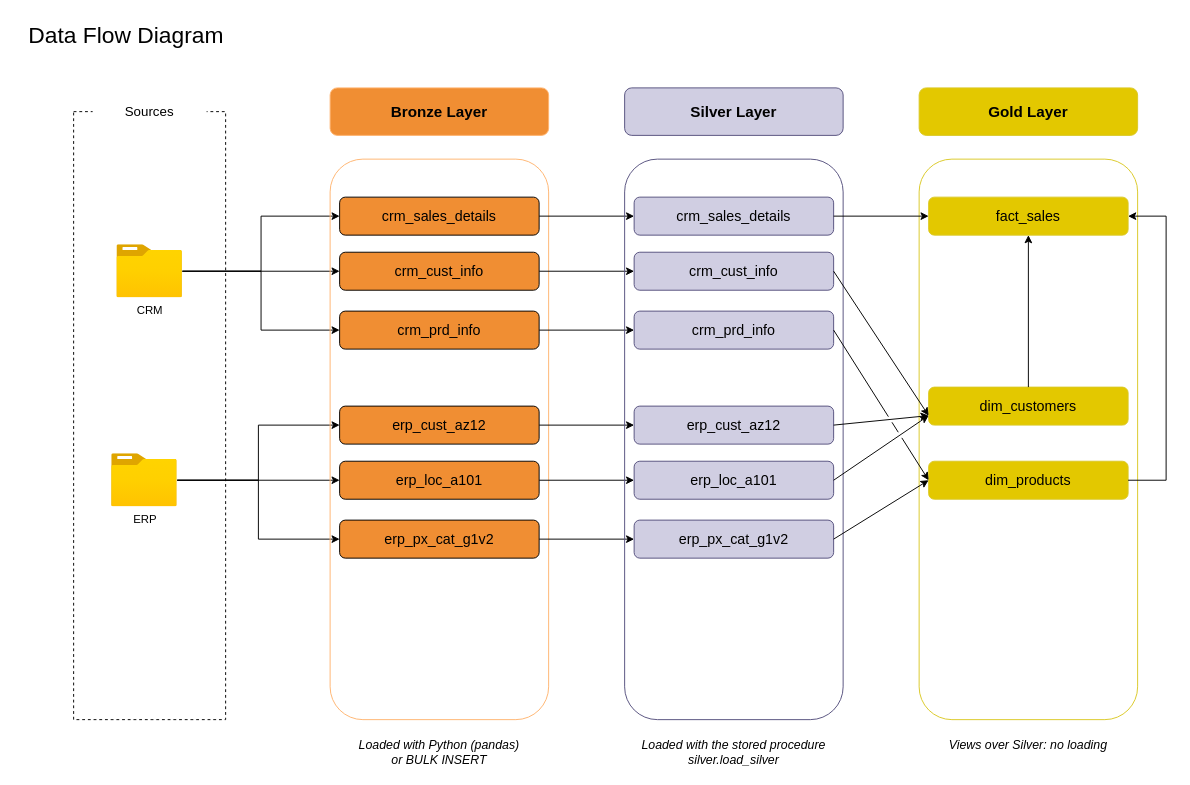
Above: docs/data_flow.drawio in Teovi13/sql-data-warehouse-project (draw.io), before the change. Source tidied: cells renumbered, new cells numbered last; positions are measured from the earlier drawing's top-left corner, leaving out a move shared by most shapes. Both pictures are drawn from the tidied source at 95%, with x=0, y=0 at pixel (16, 16).
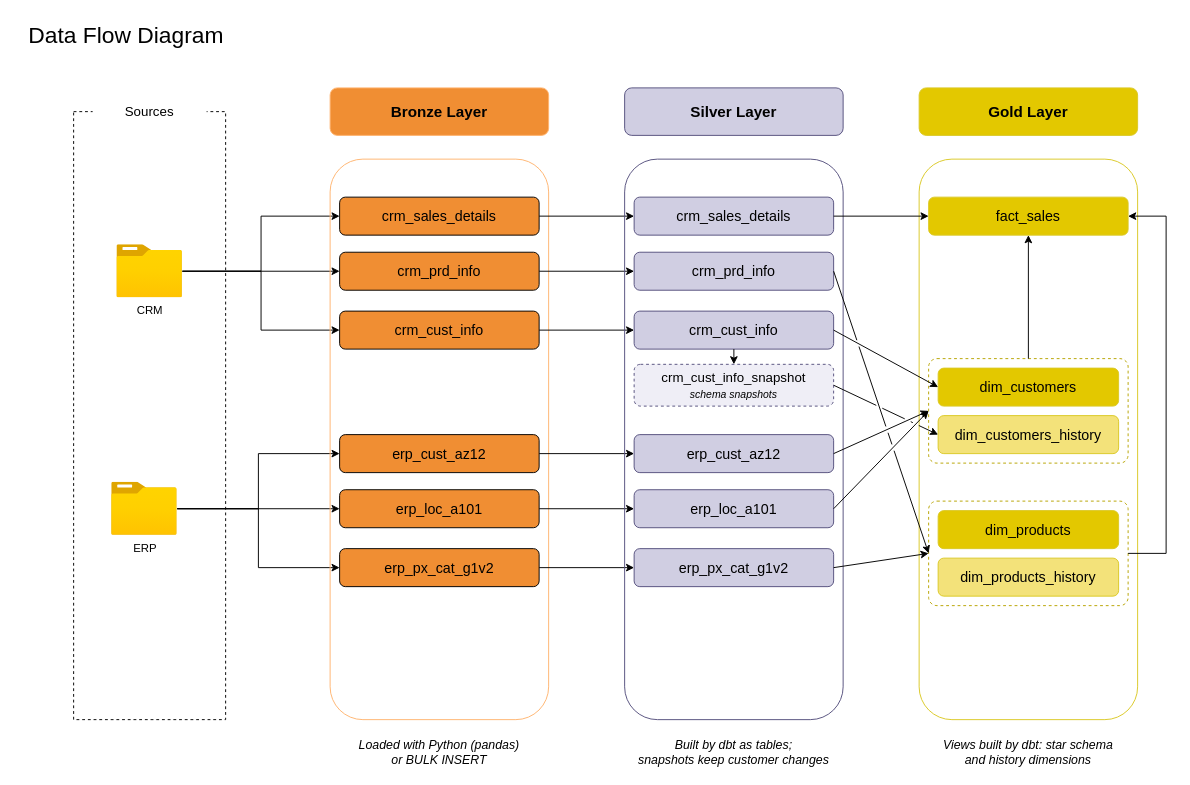
The same diagram, later.

Unchanged cells that the change refers to:
```xml
<mxCell id="8" value="CRM" style="image;html=1;points=[];align=center;fontSize=12;image=img/lib/azure2/general/Folder_Blank.svg;fontColor=#000000;" parent="1" vertex="1">
  <mxGeometry x="105.5" y="240" width="69" height="56" as="geometry" />
</mxCell>
<mxCell id="37" value="fact_sales" style="rounded=1;whiteSpace=wrap;html=1;fillColor=#e3c800;strokeColor=#DBC925;fontSize=15;fontStyle=0;fontColor=#000000;" parent="1" vertex="1">
  <mxGeometry x="960" y="190" width="210" height="40" as="geometry" />
</mxCell>
```

Diff of the diagram source:
```diff
@@
-    <mxCell id="5" style="edgeStyle=orthogonalEdgeStyle;rounded=0;jettySize=auto;html=1;strokeColor=#000000;" parent="1" edge="1" source="8" target="18">
+    <mxCell id="5" style="edgeStyle=orthogonalEdgeStyle;rounded=0;jettySize=auto;html=1;entryX=0;entryY=0.5;entryDx=0;entryDy=0;strokeColor=#000000;" parent="1" edge="1" source="8" target="18">
       <mxGeometry relative="1" as="geometry" />
     </mxCell>
@@
     <mxCell id="12" value="ERP" style="image;html=1;points=[];align=center;fontSize=12;image=img/lib/azure2/general/Folder_Blank.svg;fontColor=#000000;" parent="1" vertex="1">
-      <mxGeometry x="100" y="460" width="69" height="56" as="geometry" />
+      <mxGeometry x="100" y="490" width="69" height="56" as="geometry" />
     </mxCell>
@@
     <mxCell id="18" value="crm_cust_info" style="rounded=1;whiteSpace=wrap;html=1;fontSize=15;fontStyle=0;fillColor=#f08e33;fontColor=#000000;strokeColor=#000000;" parent="1" vertex="1">
-      <mxGeometry x="340" y="248" width="210" height="40" as="geometry" />
+      <mxGeometry x="340" y="310" width="210" height="40" as="geometry" />
     </mxCell>
@@
     <mxCell id="20" value="crm_prd_info" style="rounded=1;whiteSpace=wrap;html=1;fontSize=15;fontStyle=0;fillColor=#f08e33;fontColor=#000000;strokeColor=#000000;" parent="1" vertex="1">
-      <mxGeometry x="340" y="310" width="210" height="40" as="geometry" />
+      <mxGeometry x="340" y="248" width="210" height="40" as="geometry" />
     </mxCell>
@@
     <mxCell id="22" value="erp_cust_az12" style="rounded=1;whiteSpace=wrap;html=1;fontSize=15;fontStyle=0;fillColor=#f08e33;fontColor=#000000;strokeColor=#000000;" parent="1" vertex="1">
-      <mxGeometry x="340" y="410" width="210" height="40" as="geometry" />
+      <mxGeometry x="340" y="440" width="210" height="40" as="geometry" />
     </mxCell>
@@
     <mxCell id="24" value="erp_loc_a101" style="rounded=1;whiteSpace=wrap;html=1;fontSize=15;fontStyle=0;fillColor=#f08e33;fontColor=#000000;strokeColor=#000000;" parent="1" vertex="1">
-      <mxGeometry x="340" y="468" width="210" height="40" as="geometry" />
+      <mxGeometry x="340" y="498" width="210" height="40" as="geometry" />
     </mxCell>
@@
     <mxCell id="26" value="erp_px_cat_g1v2" style="rounded=1;whiteSpace=wrap;html=1;fontSize=15;fontStyle=0;fillColor=#f08e33;fontColor=#000000;strokeColor=#000000;" parent="1" vertex="1">
-      <mxGeometry x="340" y="530" width="210" height="40" as="geometry" />
+      <mxGeometry x="340" y="560" width="210" height="40" as="geometry" />
     </mxCell>
@@
     <mxCell id="30" value="crm_cust_info" style="rounded=1;whiteSpace=wrap;html=1;fillColor=#d0cee2;strokeColor=#56517e;fontSize=15;fontStyle=0;fontColor=#000000;" parent="1" vertex="1">
-      <mxGeometry x="650" y="248" width="210" height="40" as="geometry" />
+      <mxGeometry x="650" y="310" width="210" height="40" as="geometry" />
     </mxCell>
     <mxCell id="31" value="crm_prd_info" style="rounded=1;whiteSpace=wrap;html=1;fillColor=#d0cee2;strokeColor=#56517e;fontSize=15;fontStyle=0;fontColor=#000000;" parent="1" vertex="1">
-      <mxGeometry x="650" y="310" width="210" height="40" as="geometry" />
+      <mxGeometry x="650" y="248" width="210" height="40" as="geometry" />
     </mxCell>
     <mxCell id="32" value="erp_cust_az12" style="rounded=1;whiteSpace=wrap;html=1;fillColor=#d0cee2;strokeColor=#56517e;fontSize=15;fontStyle=0;fontColor=#000000;" parent="1" vertex="1">
-      <mxGeometry x="650" y="410" width="210" height="40" as="geometry" />
+      <mxGeometry x="650" y="440" width="210" height="40" as="geometry" />
     </mxCell>
     <mxCell id="33" value="erp_loc_a101" style="rounded=1;whiteSpace=wrap;html=1;fillColor=#d0cee2;strokeColor=#56517e;fontSize=15;fontStyle=0;fontColor=#000000;" parent="1" vertex="1">
-      <mxGeometry x="650" y="468" width="210" height="40" as="geometry" />
+      <mxGeometry x="650" y="498" width="210" height="40" as="geometry" />
     </mxCell>
     <mxCell id="34" value="erp_px_cat_g1v2" style="rounded=1;whiteSpace=wrap;html=1;fillColor=#d0cee2;strokeColor=#56517e;fontSize=15;fontStyle=0;fontColor=#000000;" parent="1" vertex="1">
-      <mxGeometry x="650" y="530" width="210" height="40" as="geometry" />
+      <mxGeometry x="650" y="560" width="210" height="40" as="geometry" />
     </mxCell>
@@
+    <mxCell id="51" style="rounded=1;whiteSpace=wrap;html=1;fillColor=none;strokeColor=#B8A400;dashed=1;arcSize=8;" parent="1" vertex="1">
+      <mxGeometry x="960" y="360" width="210" height="110" as="geometry" />
+    </mxCell>
+    <mxCell id="52" style="rounded=1;whiteSpace=wrap;html=1;fillColor=none;strokeColor=#B8A400;dashed=1;arcSize=8;" parent="1" vertex="1">
+      <mxGeometry x="960" y="510" width="210" height="110" as="geometry" />
+    </mxCell>
     <mxCell id="38" value="dim_customers" style="rounded=1;whiteSpace=wrap;html=1;fillColor=#e3c800;strokeColor=#DBC925;fontSize=15;fontStyle=0;fontColor=#000000;" parent="1" vertex="1">
-      <mxGeometry x="960" y="390" width="210" height="40" as="geometry" />
+      <mxGeometry x="970" y="370" width="190" height="40" as="geometry" />
     </mxCell>
     <mxCell id="39" value="dim_products" style="rounded=1;whiteSpace=wrap;html=1;fillColor=#e3c800;strokeColor=#DBC925;fontSize=15;fontStyle=0;fontColor=#000000;" parent="1" vertex="1">
-      <mxGeometry x="960" y="468" width="210" height="40" as="geometry" />
+      <mxGeometry x="970" y="520" width="190" height="40" as="geometry" />
     </mxCell>
@@
-    <mxCell id="41" style="endArrow=classic;html=1;rounded=0;entryX=0;entryY=0.75;entryDx=0;entryDy=0;exitX=1;exitY=0.5;exitDx=0;exitDy=0;jumpStyle=gap;jumpSize=7;strokeColor=#000000;" parent="1" edge="1" source="30" target="38">
+    <mxCell id="41" style="endArrow=classic;html=1;rounded=0;entryX=0;entryY=0.5;entryDx=0;entryDy=0;exitX=1;exitY=0.5;exitDx=0;exitDy=0;jumpStyle=gap;jumpSize=7;strokeColor=#000000;" parent="1" edge="1" source="30" target="38">
       <mxGeometry relative="1" as="geometry" />
     </mxCell>
-    <mxCell id="42" style="endArrow=classic;html=1;rounded=0;entryX=0;entryY=0.75;entryDx=0;entryDy=0;exitX=1;exitY=0.5;exitDx=0;exitDy=0;jumpStyle=gap;jumpSize=7;strokeColor=#000000;" parent="1" edge="1" source="32" target="38">
+    <mxCell id="42" style="endArrow=classic;html=1;rounded=0;entryX=0;entryY=0.5;entryDx=0;entryDy=0;exitX=1;exitY=0.5;exitDx=0;exitDy=0;jumpStyle=gap;jumpSize=7;strokeColor=#000000;" parent="1" edge="1" source="32" target="51">
       <mxGeometry relative="1" as="geometry" />
     </mxCell>
-    <mxCell id="43" style="endArrow=classic;html=1;rounded=0;entryX=0;entryY=0.75;entryDx=0;entryDy=0;exitX=1;exitY=0.5;exitDx=0;exitDy=0;jumpStyle=gap;jumpSize=7;strokeColor=#000000;" parent="1" edge="1" source="33" target="38">
+    <mxCell id="43" style="endArrow=classic;html=1;rounded=0;entryX=0;entryY=0.5;entryDx=0;entryDy=0;exitX=1;exitY=0.5;exitDx=0;exitDy=0;jumpStyle=gap;jumpSize=7;strokeColor=#000000;" parent="1" edge="1" source="33" target="51">
       <mxGeometry relative="1" as="geometry" />
     </mxCell>
-    <mxCell id="44" style="endArrow=classic;html=1;rounded=0;entryX=0;entryY=0.5;entryDx=0;entryDy=0;exitX=1;exitY=0.5;exitDx=0;exitDy=0;jumpStyle=gap;jumpSize=7;strokeColor=#000000;" parent="1" edge="1" source="31" target="39">
+    <mxCell id="44" style="endArrow=classic;html=1;rounded=0;entryX=0;entryY=0.5;entryDx=0;entryDy=0;exitX=1;exitY=0.5;exitDx=0;exitDy=0;jumpStyle=gap;jumpSize=7;strokeColor=#000000;" parent="1" edge="1" source="31" target="52">
       <mxGeometry relative="1" as="geometry" />
     </mxCell>
-    <mxCell id="45" style="endArrow=classic;html=1;rounded=0;entryX=0;entryY=0.5;entryDx=0;entryDy=0;exitX=1;exitY=0.5;exitDx=0;exitDy=0;jumpStyle=gap;jumpSize=7;strokeColor=#000000;" parent="1" edge="1" source="34" target="39">
+    <mxCell id="45" style="endArrow=classic;html=1;rounded=0;entryX=0;entryY=0.5;entryDx=0;entryDy=0;exitX=1;exitY=0.5;exitDx=0;exitDy=0;jumpStyle=gap;jumpSize=7;strokeColor=#000000;" parent="1" edge="1" source="34" target="52">
       <mxGeometry relative="1" as="geometry" />
     </mxCell>
-    <mxCell id="46" style="endArrow=classic;html=1;rounded=0;edgeStyle=orthogonalEdgeStyle;strokeColor=#000000;exitX=0.5;exitY=0;exitDx=0;exitDy=0;entryX=0.5;entryY=1;entryDx=0;entryDy=0;" parent="1" edge="1" source="38" target="37">
+    <mxCell id="46" style="endArrow=classic;html=1;rounded=0;edgeStyle=orthogonalEdgeStyle;strokeColor=#000000;exitX=0.5;exitY=0;exitDx=0;exitDy=0;entryX=0.5;entryY=1;entryDx=0;entryDy=0;" parent="1" edge="1" source="51" target="37">
       <mxGeometry relative="1" as="geometry" />
     </mxCell>
-    <mxCell id="47" style="endArrow=classic;html=1;rounded=0;edgeStyle=orthogonalEdgeStyle;strokeColor=#000000;exitX=1;exitY=0.5;exitDx=0;exitDy=0;entryX=1;entryY=0.5;entryDx=0;entryDy=0;" parent="1" edge="1" source="39" target="37">
+    <mxCell id="47" style="endArrow=classic;html=1;rounded=0;edgeStyle=orthogonalEdgeStyle;strokeColor=#000000;exitX=1;exitY=0.5;exitDx=0;exitDy=0;entryX=1;entryY=0.5;entryDx=0;entryDy=0;" parent="1" edge="1" source="52" target="37">
       <mxGeometry relative="1" as="geometry">
         <Array as="points">
-          <mxPoint x="1210" y="488" />
+          <mxPoint x="1210" y="565" />
           <mxPoint x="1210" y="210" />
         </Array>
       </mxGeometry>
     </mxCell>
+    <mxCell id="53" value="dim_customers_history" style="rounded=1;whiteSpace=wrap;html=1;fillColor=#f3e27a;strokeColor=#DBC925;fontSize=15;fontStyle=0;fontColor=#000000;" parent="1" vertex="1">
+      <mxGeometry x="970" y="420" width="190" height="40" as="geometry" />
+    </mxCell>
+    <mxCell id="54" value="dim_products_history" style="rounded=1;whiteSpace=wrap;html=1;fillColor=#f3e27a;strokeColor=#DBC925;fontSize=15;fontStyle=0;fontColor=#000000;" parent="1" vertex="1">
+      <mxGeometry x="970" y="570" width="190" height="40" as="geometry" />
+    </mxCell>
+    <mxCell id="55" value="crm_cust_info_snapshot&lt;br&gt;&lt;i style=&quot;font-size: 11px;&quot;&gt;schema snapshots&lt;/i&gt;" style="rounded=1;whiteSpace=wrap;html=1;fillColor=#efeef6;strokeColor=#56517e;dashed=1;fontSize=14;fontStyle=0;fontColor=#000000;" parent="1" vertex="1">
+      <mxGeometry x="650" y="366" width="210" height="44" as="geometry" />
+    </mxCell>
+    <mxCell id="56" style="endArrow=classic;html=1;rounded=0;exitX=0.5;exitY=1;exitDx=0;exitDy=0;entryX=0.5;entryY=0;entryDx=0;entryDy=0;strokeColor=#000000;" parent="1" edge="1" source="30" target="55">
+      <mxGeometry relative="1" as="geometry" />
+    </mxCell>
+    <mxCell id="57" style="endArrow=classic;html=1;rounded=0;exitX=1;exitY=0.5;exitDx=0;exitDy=0;entryX=0;entryY=0.5;entryDx=0;entryDy=0;jumpStyle=gap;jumpSize=7;strokeColor=#000000;" parent="1" edge="1" source="55" target="53">
+      <mxGeometry relative="1" as="geometry" />
+    </mxCell>
@@
-    <mxCell id="49" value="Loaded with the stored procedure&lt;br&gt;silver.load_silver" style="text;html=1;align=center;verticalAlign=top;whiteSpace=wrap;rounded=0;fontSize=13;fontStyle=2;fontColor=#000000;strokeColor=none;" parent="1" vertex="1">
+    <mxCell id="49" value="Built by dbt as tables;&lt;br&gt;snapshots keep customer changes" style="text;html=1;align=center;verticalAlign=top;whiteSpace=wrap;rounded=0;fontSize=13;fontStyle=2;fontColor=#000000;strokeColor=none;" parent="1" vertex="1">
       <mxGeometry x="640" y="752" width="230" height="40" as="geometry" />
     </mxCell>
-    <mxCell id="50" value="Views over Silver: no loading" style="text;html=1;align=center;verticalAlign=top;whiteSpace=wrap;rounded=0;fontSize=13;fontStyle=2;fontColor=#000000;strokeColor=none;" parent="1" vertex="1">
+    <mxCell id="50" value="Views built by dbt: star schema&lt;br&gt;and history dimensions" style="text;html=1;align=center;verticalAlign=top;whiteSpace=wrap;rounded=0;fontSize=13;fontStyle=2;fontColor=#000000;strokeColor=none;" parent="1" vertex="1">
       <mxGeometry x="950" y="752" width="230" height="40" as="geometry" />
     </mxCell>
```
